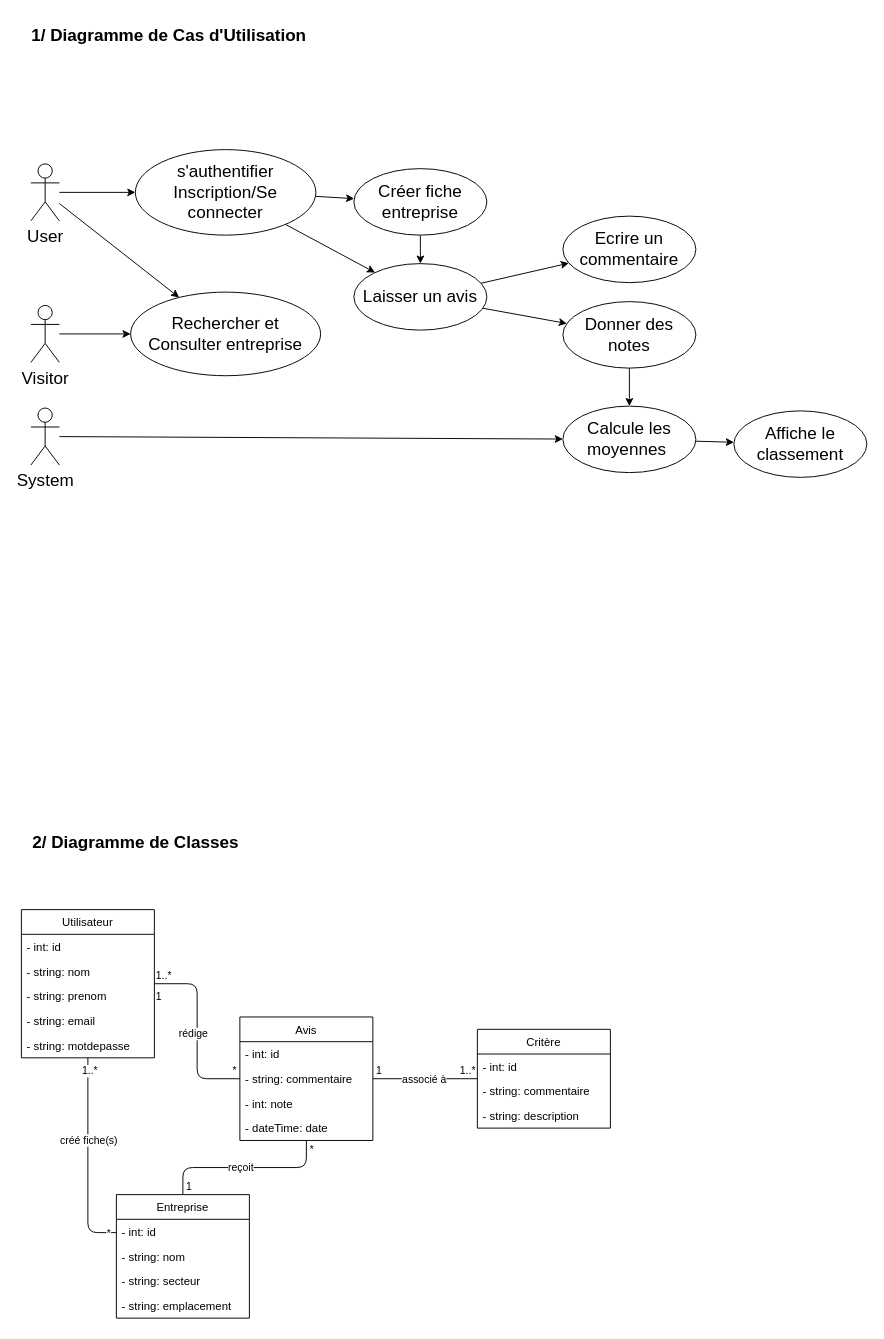
choquitofrito/Symfony_project_Whos_the_boss keeps this draw.io diagram as Documentation/WhosTheBoss.drawio. Above is the earlier version. Source tidied: cells renumbered, new cells numbered last; positions are measured from the earlier drawing's top-left corner, leaving out a move shared by most shapes. Both pictures are drawn from the tidied source at 95%, with x=0, y=0 at pixel (21, 16).
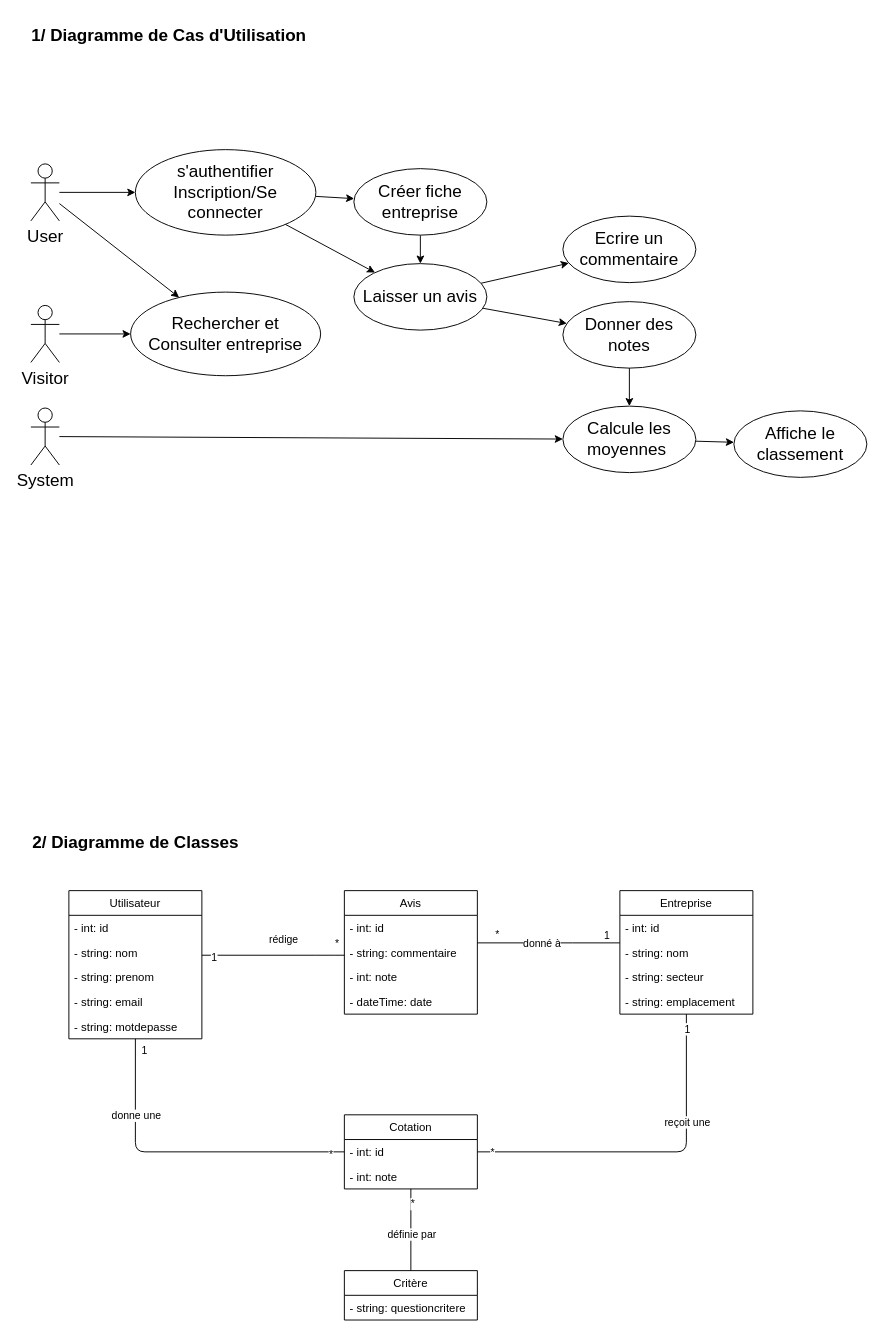
The same page after the edit.

Commit message:
changement diagramme classes

Diff of the diagram source:
```diff
@@
-    <mxCell id="2" style="edgeStyle=orthogonalEdgeStyle;html=1;endArrow=none;endFill=0;" parent="1" edge="1" source="6" target="12">
-      <mxGeometry relative="1" as="geometry">
-        <Array as="points">
-          <mxPoint x="70" y="1280" />
-        </Array>
-      </mxGeometry>
-    </mxCell>
-    <mxCell id="3" value="créé fiche(s)" style="edgeLabel;html=1;align=center;verticalAlign=middle;" parent="2" vertex="1">
-      <mxGeometry x="-0.2" y="-2" relative="1" as="geometry">
-        <mxPoint x="2" as="offset" />
-      </mxGeometry>
-    </mxCell>
-    <mxCell id="4" value="1..*" style="edgeLabel;html=1;align=center;verticalAlign=middle;" parent="2" vertex="1">
-      <mxGeometry x="-0.88" y="1" relative="1" as="geometry" />
-    </mxCell>
-    <mxCell id="5" value="*" style="edgeLabel;html=1;align=center;verticalAlign=middle;" parent="2" vertex="1">
-      <mxGeometry x="0.8" relative="1" as="geometry">
-        <mxPoint x="12" as="offset" />
-      </mxGeometry>
-    </mxCell>
     <mxCell id="6" value="Utilisateur" style="swimlane;fontStyle=0;horizontal=1;startSize=26;fillColor=none;" parent="1" vertex="1">
-      <mxGeometry y="940" width="140" height="156" as="geometry" />
+      <mxGeometry x="50" y="920" width="140" height="156" as="geometry" />
     </mxCell>
@@
     <mxCell id="12" value="Entreprise" style="swimlane;fontStyle=0;horizontal=1;startSize=26;fillColor=none;" parent="1" vertex="1">
-      <mxGeometry x="100" y="1240" width="140" height="130" as="geometry" />
+      <mxGeometry x="630" y="920" width="140" height="130" as="geometry" />
     </mxCell>
@@
     <mxCell id="17" value="Avis" style="swimlane;fontStyle=0;horizontal=1;startSize=26;fillColor=none;" parent="1" vertex="1">
-      <mxGeometry x="230" y="1053" width="140" height="130" as="geometry" />
+      <mxGeometry x="340" y="920" width="140" height="130" as="geometry" />
     </mxCell>
@@
     <mxCell id="22" value="Critère" style="swimlane;fontStyle=0;horizontal=1;startSize=26;fillColor=none;" parent="1" vertex="1">
-      <mxGeometry x="480" y="1066" width="140" height="104" as="geometry" />
+      <mxGeometry x="340" y="1320" width="140" height="52" as="geometry" />
     </mxCell>
-    <mxCell id="23" value="- int: id" style="text;strokeColor=none;fillColor=none;align=left;verticalAlign=top;spacingLeft=4;spacingRight=4;overflow=hidden;" parent="22" vertex="1">
+    <mxCell id="23" value="- string: questioncritere" style="text;strokeColor=none;fillColor=none;align=left;verticalAlign=top;spacingLeft=4;spacingRight=4;overflow=hidden;" parent="22" vertex="1">
       <mxGeometry y="26" width="140" height="26" as="geometry" />
     </mxCell>
-    <mxCell id="24" value="- string: commentaire" style="text;strokeColor=none;fillColor=none;align=left;verticalAlign=top;spacingLeft=4;spacingRight=4;overflow=hidden;" parent="22" vertex="1">
-      <mxGeometry y="52" width="140" height="26" as="geometry" />
-    </mxCell>
-    <mxCell id="25" value="- string: description" style="text;strokeColor=none;fillColor=none;align=left;verticalAlign=top;spacingLeft=4;spacingRight=4;overflow=hidden;" parent="22" vertex="1">
-      <mxGeometry y="78" width="140" height="26" as="geometry" />
-    </mxCell>
     <mxCell id="26" style="endArrow=none;html=1;edgeStyle=orthogonalEdgeStyle;" parent="1" edge="1" source="6" target="17">
-      <mxGeometry relative="1" as="geometry" />
+      <mxGeometry relative="1" as="geometry">
+        <Array as="points">
+          <mxPoint x="320" y="988" />
+          <mxPoint x="320" y="988" />
+        </Array>
+      </mxGeometry>
     </mxCell>
-    <mxCell id="27" value="1..*" style="edgeLabel;html=1;align=left;verticalAlign=bottom;" parent="26" vertex="1">
-      <mxGeometry x="-1" relative="1" as="geometry" />
-    </mxCell>
     <mxCell id="28" value="*" style="edgeLabel;html=1;align=right;verticalAlign=bottom;" parent="26" vertex="1">
       <mxGeometry x="1" relative="1" as="geometry">
-        <mxPoint x="-3" as="offset" />
+        <mxPoint x="-5" y="-4" as="offset" />
       </mxGeometry>
     </mxCell>
@@
+    <mxCell id="63" value="1" style="edgeLabel;html=1;align=center;verticalAlign=middle;" parent="26" vertex="1">
+      <mxGeometry x="-0.84" y="-2" relative="1" as="geometry" />
+    </mxCell>
     <mxCell id="30" style="endArrow=none;html=1;edgeStyle=orthogonalEdgeStyle;" parent="1" edge="1" source="17" target="12">
-      <mxGeometry relative="1" as="geometry" />
+      <mxGeometry relative="1" as="geometry">
+        <Array as="points">
+          <mxPoint x="570" y="975" />
+          <mxPoint x="570" y="975" />
+        </Array>
+      </mxGeometry>
     </mxCell>
-    <mxCell id="31" value="*" style="edgeLabel;html=1;align=left;verticalAlign=bottom;" parent="30" vertex="1">
-      <mxGeometry x="-1" relative="1" as="geometry">
-        <mxPoint x="2" y="18" as="offset" />
-      </mxGeometry>
-    </mxCell>
     <mxCell id="32" value="1" style="edgeLabel;html=1;align=right;verticalAlign=bottom;" parent="30" vertex="1">
       <mxGeometry x="1" relative="1" as="geometry">
-        <mxPoint x="10" as="offset" />
+        <mxPoint x="-10" as="offset" />
       </mxGeometry>
     </mxCell>
-    <mxCell id="33" value="reçoit" style="edgeLabel;html=1;align=center;verticalAlign=middle;" parent="30" vertex="1">
-      <mxGeometry x="0.2" relative="1" as="geometry">
-        <mxPoint x="14" as="offset" />
-      </mxGeometry>
-    </mxCell>
-    <mxCell id="34" style="endArrow=none;html=1;edgeStyle=orthogonalEdgeStyle;" parent="1" edge="1" source="22" target="17">
-      <mxGeometry relative="1" as="geometry" />
-    </mxCell>
-    <mxCell id="35" value="1..*" style="edgeLabel;html=1;align=left;verticalAlign=bottom;" parent="34" vertex="1">
-      <mxGeometry x="-1" relative="1" as="geometry">
-        <mxPoint x="-20" as="offset" />
-      </mxGeometry>
-    </mxCell>
-    <mxCell id="36" value="1" style="edgeLabel;html=1;align=right;verticalAlign=bottom;" parent="34" vertex="1">
-      <mxGeometry x="1" relative="1" as="geometry">
-        <mxPoint x="10" as="offset" />
-      </mxGeometry>
-    </mxCell>
-    <mxCell id="37" value="associé à" style="edgeLabel;html=1;align=center;verticalAlign=middle;" parent="34" vertex="1">
-      <mxGeometry x="0.2" relative="1" as="geometry">
-        <mxPoint x="9" as="offset" />
-      </mxGeometry>
-    </mxCell>
+    <mxCell id="64" value="*" style="edgeLabel;html=1;align=center;verticalAlign=middle;" parent="30" vertex="1">
+      <mxGeometry x="-0.68" y="-4" relative="1" as="geometry">
+        <mxPoint x="-4" y="-14" as="offset" />
+      </mxGeometry>
+    </mxCell>
+    <mxCell id="65" value="donné à" style="edgeLabel;html=1;align=center;verticalAlign=middle;" parent="30" vertex="1">
+      <mxGeometry x="-0.11" relative="1" as="geometry" />
+    </mxCell>
@@
     <mxCell id="62" value="1" style="edgeLabel;html=1;align=left;verticalAlign=bottom;" parent="1" vertex="1">
-      <mxGeometry x="140" y="1040" as="geometry" />
+      <mxGeometry x="90" y="1060" as="geometry">
+        <mxPoint x="35" y="37" as="offset" />
+      </mxGeometry>
     </mxCell>
+    <mxCell id="66" style="edgeStyle=orthogonalEdgeStyle;html=1;endArrow=none;endFill=0;" parent="1" edge="1" source="70" target="12">
+      <mxGeometry relative="1" as="geometry" />
+    </mxCell>
+    <mxCell id="67" value="1" style="edgeLabel;html=1;align=center;verticalAlign=middle;" parent="66" vertex="1">
+      <mxGeometry x="0.92" relative="1" as="geometry" />
+    </mxCell>
+    <mxCell id="68" value="*" style="edgeLabel;html=1;align=center;verticalAlign=middle;" parent="66" vertex="1">
+      <mxGeometry x="-0.92" relative="1" as="geometry" />
+    </mxCell>
+    <mxCell id="69" value="reçoit une" style="edgeLabel;html=1;align=center;verticalAlign=middle;" parent="66" vertex="1">
+      <mxGeometry x="0.38" relative="1" as="geometry" />
+    </mxCell>
+    <mxCell id="70" value="Cotation" style="swimlane;fontStyle=0;horizontal=1;startSize=26;fillColor=none;" parent="1" vertex="1">
+      <mxGeometry x="340" y="1156" width="140" height="78" as="geometry" />
+    </mxCell>
+    <mxCell id="71" value="- int: id" style="text;strokeColor=none;fillColor=none;align=left;verticalAlign=top;spacingLeft=4;spacingRight=4;overflow=hidden;points=[[0,0.5],[1,0.5]];portConstraint=eastwest;" parent="70" vertex="1">
+      <mxGeometry y="26" width="140" height="26" as="geometry" />
+    </mxCell>
+    <mxCell id="72" value="- int: note" style="text;strokeColor=none;fillColor=none;align=left;verticalAlign=top;spacingLeft=4;spacingRight=4;overflow=hidden;" parent="70" vertex="1">
+      <mxGeometry y="52" width="140" height="26" as="geometry" />
+    </mxCell>
+    <mxCell id="73" style="edgeStyle=none;html=1;endArrow=none;endFill=0;" parent="1" edge="1" source="22" target="70">
+      <mxGeometry relative="1" as="geometry" />
+    </mxCell>
+    <mxCell id="74" value="définie par" style="edgeLabel;html=1;align=center;verticalAlign=middle;" parent="73" vertex="1">
+      <mxGeometry x="0.29" y="1" relative="1" as="geometry">
+        <mxPoint x="1" y="16" as="offset" />
+      </mxGeometry>
+    </mxCell>
+    <mxCell id="75" value="*" style="edgeLabel;html=1;align=center;verticalAlign=middle;" parent="73" vertex="1">
+      <mxGeometry x="0.65" y="-1" relative="1" as="geometry" />
+    </mxCell>
+    <mxCell id="76" style="edgeStyle=orthogonalEdgeStyle;html=1;endArrow=none;endFill=0;" parent="1" edge="1" source="71" target="6">
+      <mxGeometry relative="1" as="geometry" />
+    </mxCell>
+    <mxCell id="77" value="*" style="edgeLabel;html=1;align=center;verticalAlign=middle;" parent="76" vertex="1">
+      <mxGeometry x="-0.91" y="2" relative="1" as="geometry" />
+    </mxCell>
+    <mxCell id="78" value="donne une" style="edgeLabel;html=1;align=center;verticalAlign=middle;" parent="76" vertex="1">
+      <mxGeometry x="0.53" relative="1" as="geometry" />
+    </mxCell>
```
